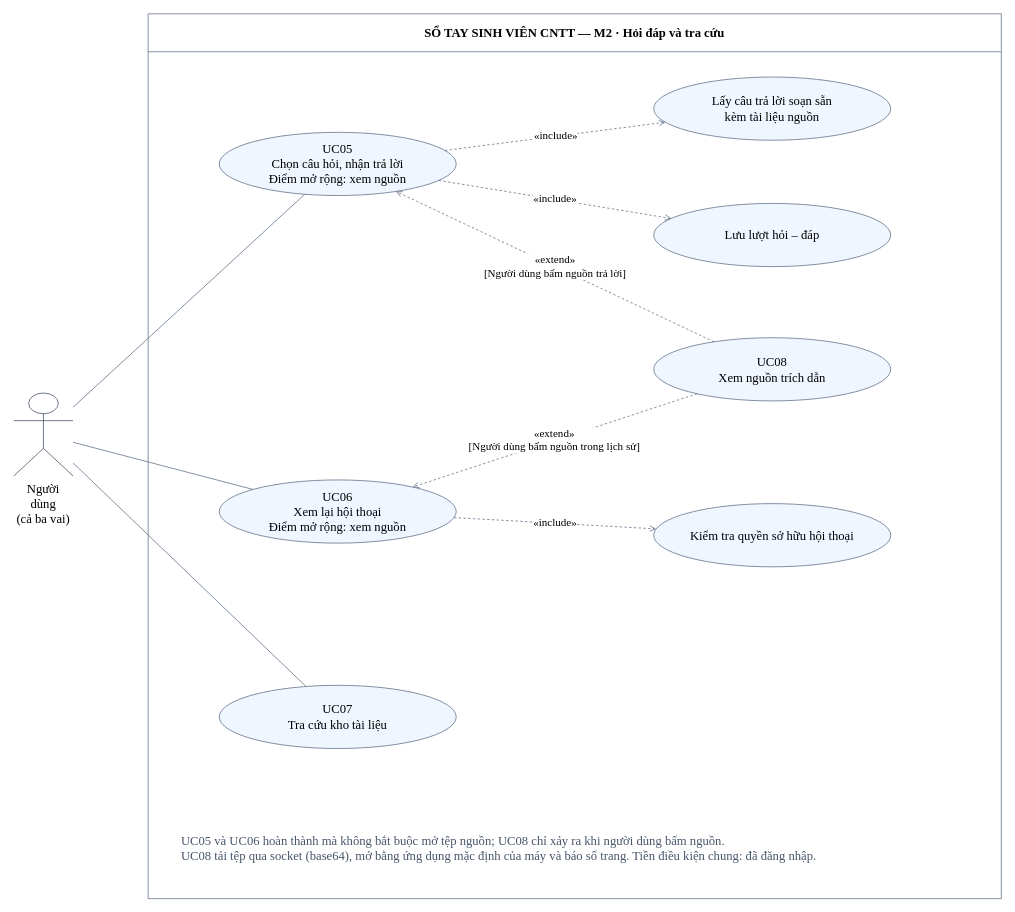
Above: page "M2 · Hỏi đáp" (3 of 79) of docs/diagrams/so-do-he-thong.drawio in hominhduc-dev/So-Tay-Sinh-Vien-CNTT-DAU (draw.io), before the change. Source tidied: cells renumbered, new cells numbered last; positions are measured from the earlier drawing's top-left corner, leaving out a move shared by most shapes. Both pictures are drawn from the tidied source at 79%, with x=0, y=0 at pixel (13, 13).
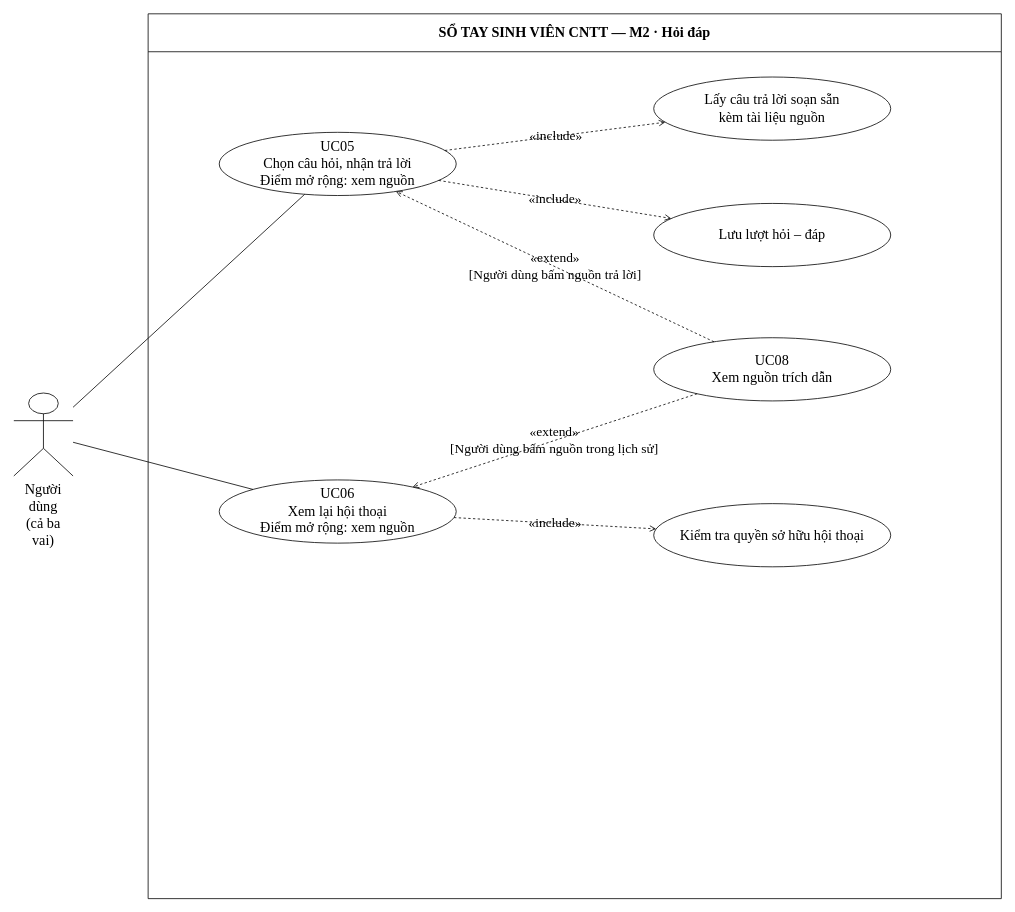
The same diagram, later.

Commit message (it also covers changes not shown here):
Hoàn thiện tài liệu: soát báo cáo, dọn tài liệu lỗi thời, cập nhật README

Diff of the diagram source:
```diff
@@
 <mxGraphModel>
   <root>
     <mxCell id="0" />
     <mxCell id="1" parent="0" />
-    <mxCell id="2" value="SỔ TAY SINH VIÊN CNTT — M2 · Hỏi đáp và tra cứu" style="swimlane;startSize=48;fillColor=#ffffff;swimlaneFillColor=#ffffff;strokeColor=#64748b;fontStyle=1;html=1;whiteSpace=wrap;fontFamily=Times New Roman;fontSize=16;" parent="1" vertex="1">
+    <mxCell id="2" value="SỔ TAY SINH VIÊN CNTT — M2 · Hỏi đáp" style="swimlane;startSize=48;fillColor=none;swimlaneFillColor=none;strokeColor=#000000;fontStyle=1;html=1;whiteSpace=wrap;fontFamily=Times New Roman;fontSize=18;fontColor=#000000;" parent="1" vertex="1">
       <mxGeometry x="170" width="1080" height="1120" as="geometry" />
     </mxCell>
-    <mxCell id="3" value="Người dùng&lt;br&gt;(cả ba vai)" style="shape=umlActor;verticalLabelPosition=bottom;verticalAlign=top;fillColor=#ffffff;strokeColor=#475569;html=1;whiteSpace=wrap;fontFamily=Times New Roman;fontSize=16;" parent="1" vertex="1">
+    <mxCell id="3" value="Người dùng&lt;br&gt;(cả ba vai)" style="shape=umlActor;verticalLabelPosition=bottom;verticalAlign=top;fillColor=none;strokeColor=#000000;html=1;whiteSpace=wrap;fontFamily=Times New Roman;fontSize=18;fontColor=#000000;" parent="1" vertex="1">
       <mxGeometry y="480" width="75" height="105" as="geometry" />
     </mxCell>
-    <mxCell id="4" value="UC05&lt;br&gt;Chọn câu hỏi, nhận trả lời&lt;br&gt;Điểm mở rộng: xem nguồn" style="ellipse;fillColor=#eff6ff;strokeColor=#64748b;html=1;whiteSpace=wrap;fontFamily=Times New Roman;fontSize=16;" parent="1" vertex="1">
+    <mxCell id="4" value="UC05&lt;br&gt;Chọn câu hỏi, nhận trả lời&lt;br&gt;Điểm mở rộng: xem nguồn" style="ellipse;fillColor=none;strokeColor=#000000;html=1;whiteSpace=wrap;fontFamily=Times New Roman;fontSize=18;fontColor=#000000;" parent="1" vertex="1">
       <mxGeometry x="260" y="150" width="300" height="80" as="geometry" />
     </mxCell>
-    <mxCell id="5" style="html=1;endArrow=none;endFill=0;dashed=0;strokeColor=#64748b;fontFamily=Times New Roman;fontSize=14;labelBackgroundColor=#ffffff;" parent="1" edge="1" source="3" target="4">
+    <mxCell id="5" style="html=1;endArrow=none;endFill=0;dashed=0;strokeColor=#000000;fontFamily=Times New Roman;fontSize=14;labelBackgroundColor=none;fontColor=#000000;" parent="1" edge="1" source="3" target="4">
       <mxGeometry relative="1" as="geometry" />
     </mxCell>
-    <mxCell id="6" value="Lấy câu trả lời soạn sẵn&lt;br&gt;kèm tài liệu nguồn" style="ellipse;fillColor=#eff6ff;strokeColor=#64748b;html=1;whiteSpace=wrap;fontFamily=Times New Roman;fontSize=16;" parent="1" vertex="1">
+    <mxCell id="6" value="Lấy câu trả lời soạn sẵn&lt;br&gt;kèm tài liệu nguồn" style="ellipse;fillColor=none;strokeColor=#000000;html=1;whiteSpace=wrap;fontFamily=Times New Roman;fontSize=18;fontColor=#000000;" parent="1" vertex="1">
       <mxGeometry x="810" y="80" width="300" height="80" as="geometry" />
     </mxCell>
-    <mxCell id="7" value="Lưu lượt hỏi – đáp" style="ellipse;fillColor=#eff6ff;strokeColor=#64748b;html=1;whiteSpace=wrap;fontFamily=Times New Roman;fontSize=16;" parent="1" vertex="1">
+    <mxCell id="7" value="Lưu lượt hỏi – đáp" style="ellipse;fillColor=none;strokeColor=#000000;html=1;whiteSpace=wrap;fontFamily=Times New Roman;fontSize=18;fontColor=#000000;" parent="1" vertex="1">
       <mxGeometry x="810" y="240" width="300" height="80" as="geometry" />
     </mxCell>
-    <mxCell id="8" value="«include»" style="html=1;endArrow=open;endFill=0;dashed=1;strokeColor=#64748b;fontFamily=Times New Roman;fontSize=14;labelBackgroundColor=#ffffff;" parent="1" edge="1" source="4" target="6">
+    <mxCell id="8" value="«include»" style="html=1;endArrow=open;endFill=0;dashed=1;strokeColor=#000000;fontFamily=Times New Roman;fontSize=17;labelBackgroundColor=none;fontColor=#000000;" parent="1" edge="1" source="4" target="6">
       <mxGeometry relative="1" as="geometry" />
     </mxCell>
-    <mxCell id="9" value="«include»" style="html=1;endArrow=open;endFill=0;dashed=1;strokeColor=#64748b;fontFamily=Times New Roman;fontSize=14;labelBackgroundColor=#ffffff;" parent="1" edge="1" source="4" target="7">
+    <mxCell id="9" value="«include»" style="html=1;endArrow=open;endFill=0;dashed=1;strokeColor=#000000;fontFamily=Times New Roman;fontSize=17;labelBackgroundColor=none;fontColor=#000000;" parent="1" edge="1" source="4" target="7">
       <mxGeometry relative="1" as="geometry" />
     </mxCell>
-    <mxCell id="10" value="UC06&lt;br&gt;Xem lại hội thoại&lt;br&gt;Điểm mở rộng: xem nguồn" style="ellipse;fillColor=#eff6ff;strokeColor=#64748b;html=1;whiteSpace=wrap;fontFamily=Times New Roman;fontSize=16;" parent="1" vertex="1">
+    <mxCell id="10" value="UC06&lt;br&gt;Xem lại hội thoại&lt;br&gt;Điểm mở rộng: xem nguồn" style="ellipse;fillColor=none;strokeColor=#000000;html=1;whiteSpace=wrap;fontFamily=Times New Roman;fontSize=18;fontColor=#000000;" parent="1" vertex="1">
       <mxGeometry x="260" y="590" width="300" height="80" as="geometry" />
     </mxCell>
-    <mxCell id="11" style="html=1;endArrow=none;endFill=0;dashed=0;strokeColor=#64748b;fontFamily=Times New Roman;fontSize=14;labelBackgroundColor=#ffffff;" parent="1" edge="1" source="3" target="10">
+    <mxCell id="11" style="html=1;endArrow=none;endFill=0;dashed=0;strokeColor=#000000;fontFamily=Times New Roman;fontSize=14;labelBackgroundColor=none;fontColor=#000000;" parent="1" edge="1" source="3" target="10">
       <mxGeometry relative="1" as="geometry" />
     </mxCell>
-    <mxCell id="12" value="Kiểm tra quyền sở hữu hội thoại" style="ellipse;fillColor=#eff6ff;strokeColor=#64748b;html=1;whiteSpace=wrap;fontFamily=Times New Roman;fontSize=16;" parent="1" vertex="1">
+    <mxCell id="12" value="Kiểm tra quyền sở hữu hội thoại" style="ellipse;fillColor=none;strokeColor=#000000;html=1;whiteSpace=wrap;fontFamily=Times New Roman;fontSize=18;fontColor=#000000;" parent="1" vertex="1">
       <mxGeometry x="810" y="620" width="300" height="80" as="geometry" />
     </mxCell>
-    <mxCell id="13" value="«include»" style="html=1;endArrow=open;endFill=0;dashed=1;strokeColor=#64748b;fontFamily=Times New Roman;fontSize=14;labelBackgroundColor=#ffffff;" parent="1" edge="1" source="10" target="12">
+    <mxCell id="13" value="«include»" style="html=1;endArrow=open;endFill=0;dashed=1;strokeColor=#000000;fontFamily=Times New Roman;fontSize=17;labelBackgroundColor=none;fontColor=#000000;" parent="1" edge="1" source="10" target="12">
       <mxGeometry relative="1" as="geometry" />
     </mxCell>
-    <mxCell id="14" value="UC08&lt;br&gt;Xem nguồn trích dẫn" style="ellipse;fillColor=#eff6ff;strokeColor=#64748b;html=1;whiteSpace=wrap;fontFamily=Times New Roman;fontSize=16;" parent="1" vertex="1">
+    <mxCell id="14" value="UC08&lt;br&gt;Xem nguồn trích dẫn" style="ellipse;fillColor=none;strokeColor=#000000;html=1;whiteSpace=wrap;fontFamily=Times New Roman;fontSize=18;fontColor=#000000;" parent="1" vertex="1">
       <mxGeometry x="810" y="410" width="300" height="80" as="geometry" />
     </mxCell>
-    <mxCell id="15" value="«extend»&lt;br&gt;[Người dùng bấm nguồn trả lời]" style="html=1;endArrow=open;endFill=0;dashed=1;strokeColor=#64748b;fontFamily=Times New Roman;fontSize=14;labelBackgroundColor=#ffffff;" parent="1" edge="1" source="14" target="4">
+    <mxCell id="15" value="«extend»&lt;br&gt;[Người dùng bấm nguồn trả lời]" style="html=1;endArrow=open;endFill=0;dashed=1;strokeColor=#000000;fontFamily=Times New Roman;fontSize=17;labelBackgroundColor=none;fontColor=#000000;" parent="1" edge="1" source="14" target="4">
       <mxGeometry relative="1" as="geometry" />
     </mxCell>
-    <mxCell id="16" value="«extend»&lt;br&gt;[Người dùng bấm nguồn trong lịch sử]" style="html=1;endArrow=open;endFill=0;dashed=1;strokeColor=#64748b;fontFamily=Times New Roman;fontSize=14;labelBackgroundColor=#ffffff;" parent="1" edge="1" source="14" target="10">
+    <mxCell id="16" value="«extend»&lt;br&gt;[Người dùng bấm nguồn trong lịch sử]" style="html=1;endArrow=open;endFill=0;dashed=1;strokeColor=#000000;fontFamily=Times New Roman;fontSize=17;labelBackgroundColor=none;fontColor=#000000;" parent="1" edge="1" source="14" target="10">
       <mxGeometry relative="1" as="geometry" />
     </mxCell>
-    <mxCell id="17" value="UC07&lt;br&gt;Tra cứu kho tài liệu" style="ellipse;fillColor=#eff6ff;strokeColor=#64748b;html=1;whiteSpace=wrap;fontFamily=Times New Roman;fontSize=16;" parent="1" vertex="1">
-      <mxGeometry x="260" y="850" width="300" height="80" as="geometry" />
-    </mxCell>
-    <mxCell id="18" style="html=1;endArrow=none;endFill=0;dashed=0;strokeColor=#64748b;fontFamily=Times New Roman;fontSize=14;labelBackgroundColor=#ffffff;" parent="1" edge="1" source="3" target="17">
-      <mxGeometry relative="1" as="geometry" />
-    </mxCell>
-    <mxCell id="19" value="UC05 và UC06 hoàn thành mà không bắt buộc mở tệp nguồn; UC08 chỉ xảy ra khi người dùng bấm nguồn.&lt;br&gt;UC08 tải tệp qua socket (base64), mở bằng ứng dụng mặc định của máy và báo số trang. Tiền điều kiện chung: đã đăng nhập." style="text;align=left;verticalAlign=top;fontColor=#475569;html=1;whiteSpace=wrap;fontFamily=Times New Roman;fontSize=16;" parent="1" vertex="1">
-      <mxGeometry x="210" y="1030" width="1000" height="70" as="geometry" />
-    </mxCell>
   </root>
 </mxGraphModel>
```
